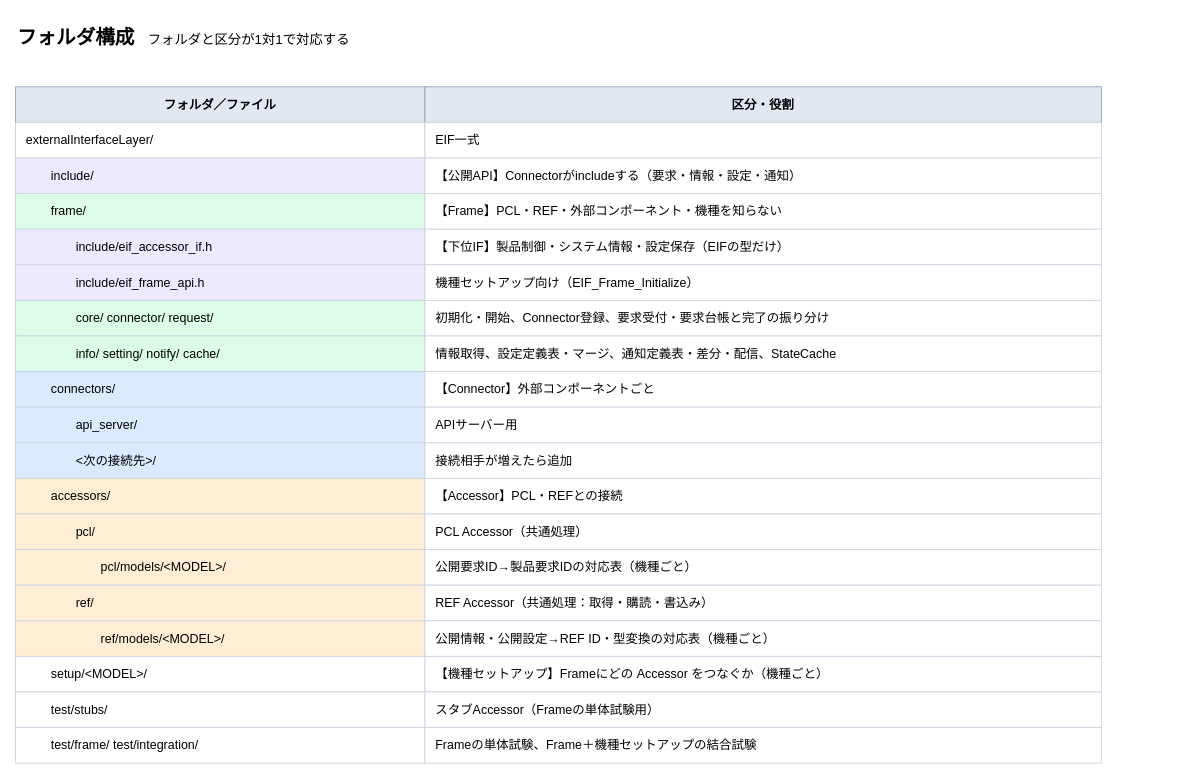
This is page "フォルダ構成" (2 of 2) of 03.EIF設計/設計/EIF構成図.drawio from ceedling-vxworks-test-generator/EIF-design, a draw.io file, before an edit. Source tidied: cells renumbered, new cells numbered last; positions are measured from the earlier drawing's top-left corner, leaving out a move shared by most shapes. Both pictures are drawn from the tidied source at 89%, with x=0, y=0 at pixel (15, 15).
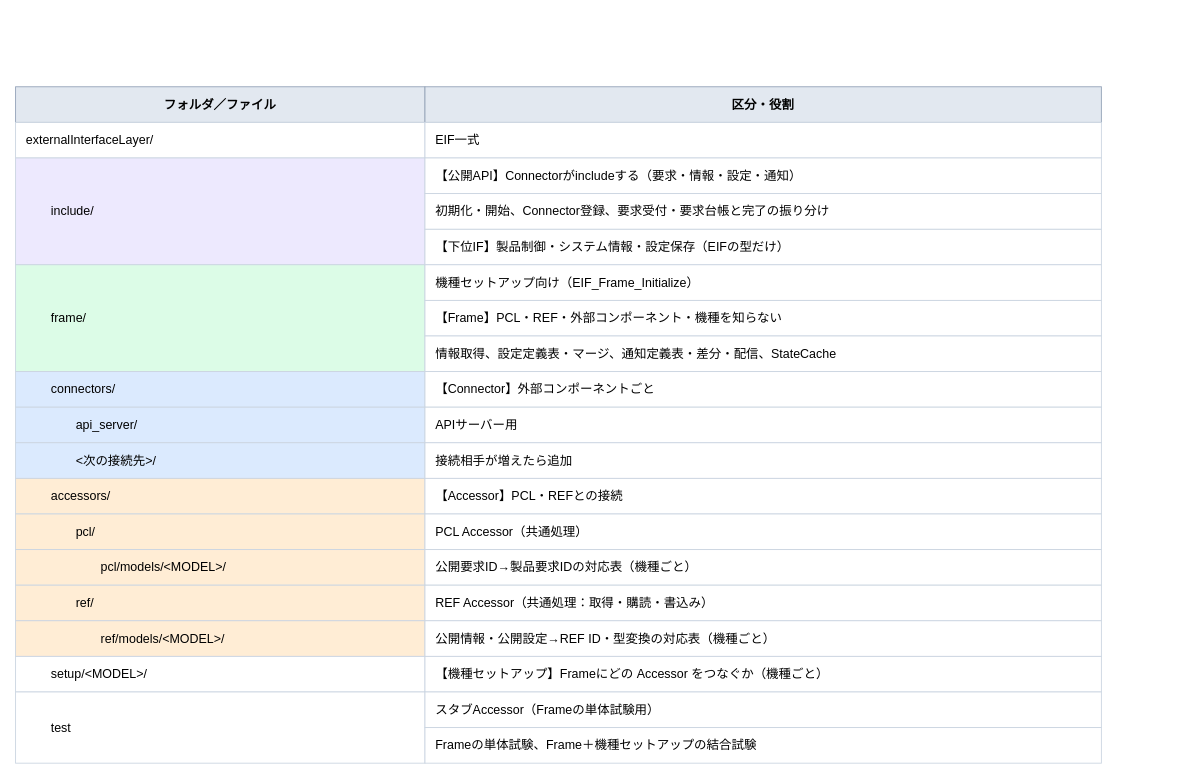
The same page after the edit.

Change to the diagram source:
```diff
@@
-    <mxCell id="2" value="&lt;b style='font-size:22px'&gt;フォルダ構成&lt;/b&gt;　フォルダと区分が1対1で対応する" style="text;html=1;whiteSpace=wrap;align=center;verticalAlign=middle;fontSize=15;align=left;" parent="1" vertex="1">
-      <mxGeometry width="1300" height="50" as="geometry" />
-    </mxCell>
@@
     <mxCell id="7" value="　　include/" style="rounded=0;whiteSpace=wrap;html=1;fontSize=14;align=left;spacingLeft=10;strokeColor=#CBD5E1;fillColor=#EDE9FE;" parent="1" vertex="1">
-      <mxGeometry y="160" width="460" height="40" as="geometry" />
+      <mxGeometry y="160" width="460" height="120" as="geometry" />
     </mxCell>
@@
     <mxCell id="9" value="　　frame/" style="rounded=0;whiteSpace=wrap;html=1;fontSize=14;align=left;spacingLeft=10;strokeColor=#CBD5E1;fillColor=#DCFCE7;" parent="1" vertex="1">
-      <mxGeometry y="200" width="460" height="40" as="geometry" />
+      <mxGeometry y="280" width="460" height="120" as="geometry" />
     </mxCell>
     <mxCell id="10" value="【Frame】PCL・REF・外部コンポーネント・機種を知らない" style="rounded=0;whiteSpace=wrap;html=1;fontSize=14;align=left;spacingLeft=10;strokeColor=#CBD5E1;fillColor=#FFFFFF;" parent="1" vertex="1">
-      <mxGeometry x="460" y="200" width="760" height="40" as="geometry" />
+      <mxGeometry x="460" y="320" width="760" height="40" as="geometry" />
     </mxCell>
-    <mxCell id="11" value="　　　　include/eif_accessor_if.h" style="rounded=0;whiteSpace=wrap;html=1;fontSize=14;align=left;spacingLeft=10;strokeColor=#CBD5E1;fillColor=#EDE9FE;" parent="1" vertex="1">
-      <mxGeometry y="240" width="460" height="40" as="geometry" />
-    </mxCell>
@@
-    <mxCell id="13" value="　　　　include/eif_frame_api.h" style="rounded=0;whiteSpace=wrap;html=1;fontSize=14;align=left;spacingLeft=10;strokeColor=#CBD5E1;fillColor=#EDE9FE;" parent="1" vertex="1">
-      <mxGeometry y="280" width="460" height="40" as="geometry" />
-    </mxCell>
@@
-    <mxCell id="15" value="　　　　core/  connector/  request/" style="rounded=0;whiteSpace=wrap;html=1;fontSize=14;align=left;spacingLeft=10;strokeColor=#CBD5E1;fillColor=#DCFCE7;" parent="1" vertex="1">
-      <mxGeometry y="320" width="460" height="40" as="geometry" />
-    </mxCell>
     <mxCell id="16" value="初期化・開始、Connector登録、要求受付・要求台帳と完了の振り分け" style="rounded=0;whiteSpace=wrap;html=1;fontSize=14;align=left;spacingLeft=10;strokeColor=#CBD5E1;fillColor=#FFFFFF;" parent="1" vertex="1">
-      <mxGeometry x="460" y="320" width="760" height="40" as="geometry" />
+      <mxGeometry x="460" y="200" width="760" height="40" as="geometry" />
     </mxCell>
-    <mxCell id="17" value="　　　　info/  setting/  notify/  cache/" style="rounded=0;whiteSpace=wrap;html=1;fontSize=14;align=left;spacingLeft=10;strokeColor=#CBD5E1;fillColor=#DCFCE7;" parent="1" vertex="1">
-      <mxGeometry y="360" width="460" height="40" as="geometry" />
-    </mxCell>
@@
-    <mxCell id="37" value="　　test/stubs/" style="rounded=0;whiteSpace=wrap;html=1;fontSize=14;align=left;spacingLeft=10;strokeColor=#CBD5E1;fillColor=#FFFFFF;" parent="1" vertex="1">
-      <mxGeometry y="760" width="460" height="40" as="geometry" />
+    <mxCell id="37" value="　　test" style="rounded=0;whiteSpace=wrap;html=1;fontSize=14;align=left;spacingLeft=10;strokeColor=#CBD5E1;fillColor=#FFFFFF;" parent="1" vertex="1">
+      <mxGeometry y="760" width="460" height="80" as="geometry" />
     </mxCell>
@@
-    <mxCell id="39" value="　　test/frame/  test/integration/" style="rounded=0;whiteSpace=wrap;html=1;fontSize=14;align=left;spacingLeft=10;strokeColor=#CBD5E1;fillColor=#FFFFFF;" parent="1" vertex="1">
-      <mxGeometry y="800" width="460" height="40" as="geometry" />
-    </mxCell>
```
